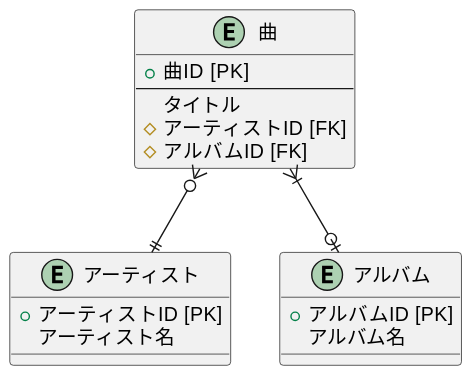
Above: info/uml.svg in sontyubo/othello_game (PlantUML), before the change. Source of this version:
```plantuml
@startuml
entity 曲 {
    + 曲ID [PK]
    --
    タイトル
    # アーティストID [FK]
    # アルバムID [FK]
}
entity アーティスト {
    + アーティストID [PK]
    アーティスト名
}
entity アルバム {
    + アルバムID [PK]
    アルバム名
}
曲 }o--|| アーティスト
曲 }|--o| アルバム
@enduml
```
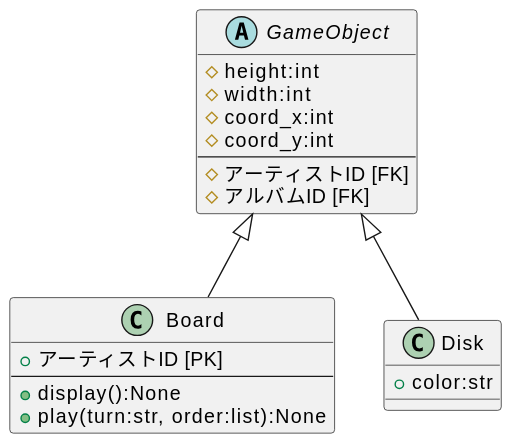
After the commit.

Diff of the diagram source:
```diff
@@ -1,19 +1,22 @@
 @startuml
-entity 曲 {
-    + 曲ID [PK]
+abstract class GameObject {
+    # height:int
+    # width:int
+    # coord_x:int
+    # coord_y:int
     --
-    タイトル
     # アーティストID [FK]
     # アルバムID [FK]
 }
-entity アーティスト {
+class Board {
     + アーティストID [PK]
-    アーティスト名
+    --
+    + display():None
+    + play(turn:str, order:list):None
 }
-entity アルバム {
-    + アルバムID [PK]
-    アルバム名
+class Disk {
+    + color:str
 }
-曲 }o--|| アーティスト
-曲 }|--o| アルバム
+GameObject <|-- Board
+GameObject <|-- Disk
 @enduml
```
